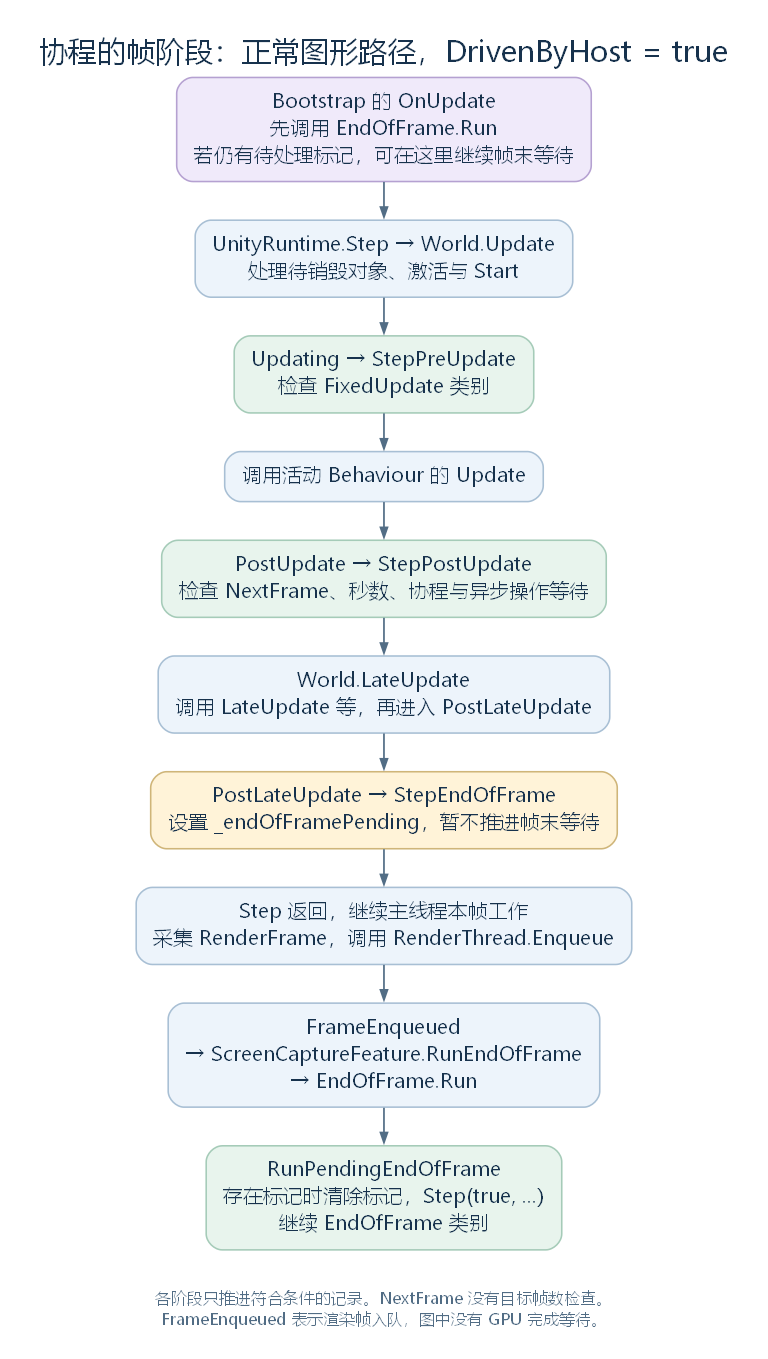
Sil1cateS/rimworld-deconstruction keeps this Graphviz diagram as docs/readable/figures/monobehaviour-coroutine-stages.png. Above is the earlier version. Its source is kept beside it as docs/readable/figures/monobehaviour-coroutine-stages.dot. Source of this version:
```dot
digraph CoroutineStages {
  graph [rankdir=TB, bgcolor="white", pad="0.3", nodesep="0.55", ranksep="0.4", splines=polyline, fontname="Microsoft YaHei", fontsize=22, fontcolor="#17324d", labelloc=t, label="协程的帧阶段：正常图形路径，DrivenByHost = true"];
  node [shape=box, style="rounded,filled", fillcolor="#edf4fb", color="#a8bfd4", fontname="Microsoft YaHei", fontsize=15, fontcolor="#17324d", margin="0.18,0.12", penwidth=1.2];
  edge [color="#526d85", fontname="Microsoft YaHei", fontsize=12, fontcolor="#415b73", arrowsize=0.75, penwidth=1.3];
  early [label="Bootstrap 的 OnUpdate\n先调用 EndOfFrame.Run\n若仍有待处理标记，可在这里继续帧末等待", fillcolor="#f0eafa", color="#b5a1d1"];
  pending [label="UnityRuntime.Step → World.Update\n处理待销毁对象、激活与 Start"];
  pre [label="Updating → StepPreUpdate\n检查 FixedUpdate 类别", fillcolor="#e8f4ed", color="#a5cbb8"];
  update [label="调用活动 Behaviour 的 Update"];
  post [label="PostUpdate → StepPostUpdate\n检查 NextFrame、秒数、协程与异步操作等待", fillcolor="#e8f4ed", color="#a5cbb8"];
  late [label="World.LateUpdate\n调用 LateUpdate 等，再进入 PostLateUpdate"];
  mark [label="PostLateUpdate → StepEndOfFrame\n设置 _endOfFramePending，暂不推进帧末等待", fillcolor="#fff3d8", color="#cfb579"];
  capture [label="Step 返回，继续主线程本帧工作\n采集 RenderFrame，调用 RenderThread.Enqueue"];
  enqueued [label="FrameEnqueued\n→ ScreenCaptureFeature.RunEndOfFrame\n→ EndOfFrame.Run"];
  finish [label="RunPendingEndOfFrame\n存在标记时清除标记，Step(true, ...)\n继续 EndOfFrame 类别", fillcolor="#e8f4ed", color="#a5cbb8"];
  note [shape=plain, style="", fontsize=12, fontcolor="#526d85", label="各阶段只推进符合条件的记录。NextFrame 没有目标帧数检查。\nFrameEnqueued 表示渲染帧入队，图中没有 GPU 完成等待。"];
  early -> pending -> pre -> update -> post -> late -> mark -> capture -> enqueued -> finish;
  finish -> note [style=invis];
}
```
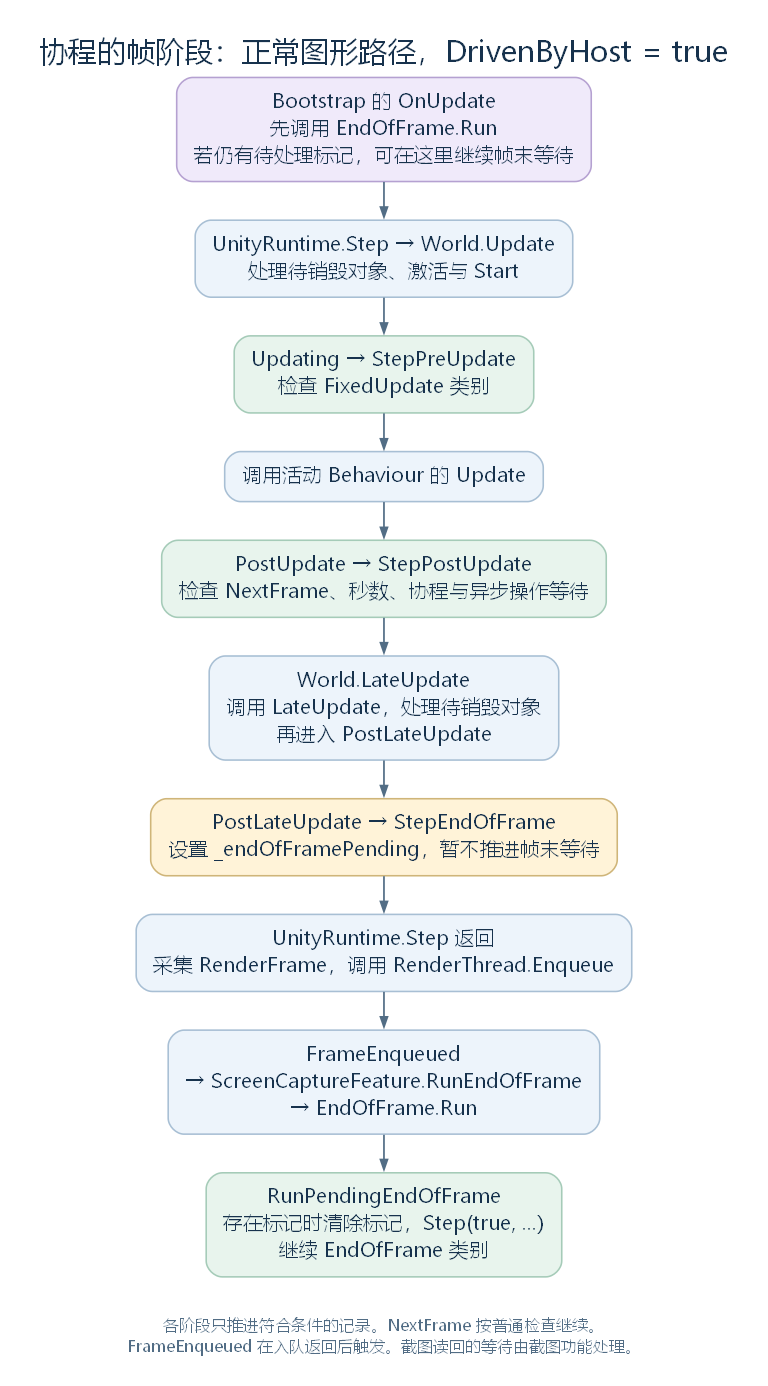
After the commit.

Diff of the diagram source:
```diff
@@ -7,12 +7,12 @@
   pre [label="Updating → StepPreUpdate\n检查 FixedUpdate 类别", fillcolor="#e8f4ed", color="#a5cbb8"];
   update [label="调用活动 Behaviour 的 Update"];
   post [label="PostUpdate → StepPostUpdate\n检查 NextFrame、秒数、协程与异步操作等待", fillcolor="#e8f4ed", color="#a5cbb8"];
-  late [label="World.LateUpdate\n调用 LateUpdate 等，再进入 PostLateUpdate"];
+  late [label="World.LateUpdate\n调用 LateUpdate，处理待销毁对象\n再进入 PostLateUpdate"];
   mark [label="PostLateUpdate → StepEndOfFrame\n设置 _endOfFramePending，暂不推进帧末等待", fillcolor="#fff3d8", color="#cfb579"];
-  capture [label="Step 返回，继续主线程本帧工作\n采集 RenderFrame，调用 RenderThread.Enqueue"];
+  capture [label="UnityRuntime.Step 返回\n采集 RenderFrame，调用 RenderThread.Enqueue"];
   enqueued [label="FrameEnqueued\n→ ScreenCaptureFeature.RunEndOfFrame\n→ EndOfFrame.Run"];
   finish [label="RunPendingEndOfFrame\n存在标记时清除标记，Step(true, ...)\n继续 EndOfFrame 类别", fillcolor="#e8f4ed", color="#a5cbb8"];
-  note [shape=plain, style="", fontsize=12, fontcolor="#526d85", label="各阶段只推进符合条件的记录。NextFrame 没有目标帧数检查。\nFrameEnqueued 表示渲染帧入队，图中没有 GPU 完成等待。"];
+  note [shape=plain, style="", fontsize=12, fontcolor="#526d85", label="各阶段只推进符合条件的记录。NextFrame 按普通检查继续。\nFrameEnqueued 在入队返回后触发。截图读回的等待由截图功能处理。"];
   early -> pending -> pre -> update -> post -> late -> mark -> capture -> enqueued -> finish;
   finish -> note [style=invis];
 }
```
